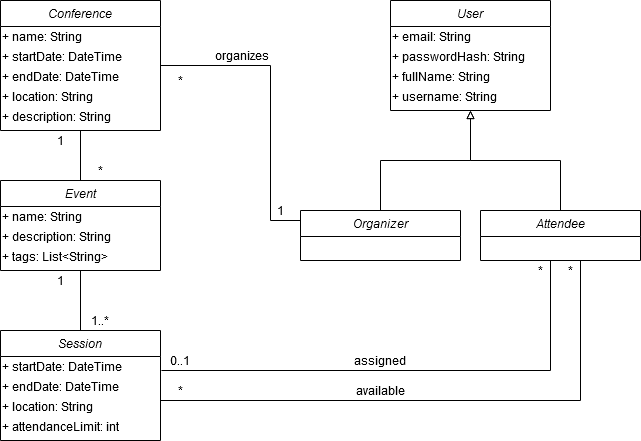
This is docs/img/eventee.png from FEUP-ESOF-2020-21/open-cx-t6g4-the-five-engineers, a draw.io export, as it was before one commit. Source tidied: cells renumbered, new cells last; positions are measured from the earlier drawing's top-left corner, leaving out a move shared by most shapes.
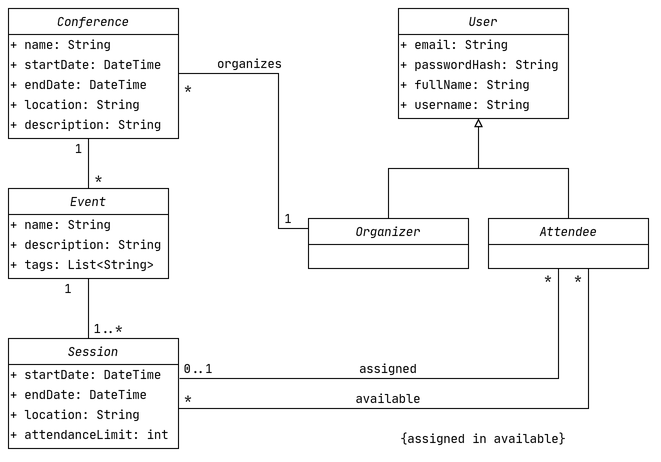
After the change.

Commit message:
Updated domain model

Diff of the diagram source:
```diff
@@ -2,25 +2,27 @@
   <root>
     <mxCell id="0" />
     <mxCell id="1" parent="0" />
-    <mxCell id="2" value="User" style="swimlane;fontStyle=2;align=center;verticalAlign=top;horizontal=1;startSize=26;rounded=0;shadow=0;strokeWidth=1;swimlaneLine=1;sketch=0;swimlaneFillColor=none;" parent="1" vertex="1">
-      <mxGeometry x="390" width="160" height="110" as="geometry" />
+    <mxCell id="2" value="User" style="swimlane;fontStyle=2;align=center;verticalAlign=top;horizontal=1;startSize=26;rounded=0;shadow=0;strokeWidth=1;swimlaneLine=1;sketch=0;swimlaneFillColor=none;fontFamily=JetBrains Mono;" parent="1" vertex="1">
+      <mxGeometry x="390" width="170" height="110" as="geometry" />
     </mxCell>
-    <mxCell id="3" value="+ email: String" style="text;html=1;align=left;verticalAlign=middle;" parent="2" vertex="1">
-      <mxGeometry y="26" width="160" height="20" as="geometry" />
+    <mxCell id="3" value="+ email: String" style="text;html=1;align=left;verticalAlign=middle;fontFamily=JetBrains Mono;" parent="2" vertex="1">
+      <mxGeometry y="26" width="170" height="20" as="geometry" />
     </mxCell>
-    <mxCell id="4" value="+ passwordHash: String" style="text;html=1;align=left;verticalAlign=middle;" parent="2" vertex="1">
-      <mxGeometry y="46" width="160" height="20" as="geometry" />
+    <mxCell id="4" value="+ passwordHash: String" style="text;html=1;align=left;verticalAlign=middle;fontFamily=JetBrains Mono;" parent="2" vertex="1">
+      <mxGeometry y="46" width="170" height="20" as="geometry" />
     </mxCell>
-    <mxCell id="5" value="+ fullName: String" style="text;html=1;align=left;verticalAlign=middle;" parent="2" vertex="1">
-      <mxGeometry y="66" width="160" height="20" as="geometry" />
+    <mxCell id="5" value="+ fullName: String" style="text;html=1;align=left;verticalAlign=middle;fontFamily=JetBrains Mono;" parent="2" vertex="1">
+      <mxGeometry y="66" width="170" height="20" as="geometry" />
     </mxCell>
-    <mxCell id="6" value="+ username: String" style="text;html=1;align=left;verticalAlign=middle;" parent="2" vertex="1">
-      <mxGeometry y="86" width="160" height="20" as="geometry" />
+    <mxCell id="6" value="+ username: String" style="text;html=1;align=left;verticalAlign=middle;fontFamily=JetBrains Mono;" parent="2" vertex="1">
+      <mxGeometry y="86" width="170" height="20" as="geometry" />
     </mxCell>
-    <mxCell id="7" style="edgeStyle=orthogonalEdgeStyle;rounded=0;jettySize=auto;html=1;exitX=0.5;exitY=0;exitDx=0;exitDy=0;entryX=0.5;entryY=1;entryDx=0;entryDy=0;endArrow=block;endFill=0;" parent="1" edge="1" source="10" target="2">
-      <mxGeometry relative="1" as="geometry" />
+    <mxCell id="7" style="edgeStyle=orthogonalEdgeStyle;rounded=0;jettySize=auto;html=1;exitX=0.5;exitY=0;exitDx=0;exitDy=0;endArrow=block;endFill=0;fontFamily=JetBrains Mono;" parent="1" edge="1" source="10">
+      <mxGeometry relative="1" as="geometry">
+        <mxPoint x="470" y="110" as="targetPoint" />
+      </mxGeometry>
     </mxCell>
-    <mxCell id="8" style="edgeStyle=orthogonalEdgeStyle;rounded=0;jettySize=auto;html=1;exitX=0.25;exitY=1;exitDx=0;exitDy=0;entryX=1.006;entryY=0.7;entryDx=0;entryDy=0;entryPerimeter=0;endArrow=none;endFill=0;" parent="1" edge="1" source="10" target="27">
+    <mxCell id="8" style="edgeStyle=orthogonalEdgeStyle;rounded=0;jettySize=auto;html=1;exitX=0.25;exitY=1;exitDx=0;exitDy=0;entryX=1.006;entryY=0.7;entryDx=0;entryDy=0;entryPerimeter=0;endArrow=none;endFill=0;fontFamily=JetBrains Mono;" parent="1" edge="1" source="10" target="27">
       <mxGeometry relative="1" as="geometry">
         <Array as="points">
           <mxPoint x="550" y="260" />
@@ -28,30 +30,32 @@
         </Array>
       </mxGeometry>
     </mxCell>
-    <mxCell id="9" style="edgeStyle=orthogonalEdgeStyle;rounded=0;jettySize=auto;html=1;exitX=0.75;exitY=1;exitDx=0;exitDy=0;entryX=1;entryY=0.75;entryDx=0;entryDy=0;endArrow=none;endFill=0;" parent="1" edge="1" source="10" target="26">
+    <mxCell id="9" style="edgeStyle=orthogonalEdgeStyle;rounded=0;jettySize=auto;html=1;exitX=0.75;exitY=1;exitDx=0;exitDy=0;entryX=1;entryY=0.75;entryDx=0;entryDy=0;endArrow=none;endFill=0;fontFamily=JetBrains Mono;" parent="1" edge="1" source="10" target="26">
       <mxGeometry relative="1" as="geometry">
         <Array as="points">
           <mxPoint x="580" y="260" />
           <mxPoint x="580" y="400" />
-          <mxPoint x="160" y="400" />
+          <mxPoint x="170" y="400" />
         </Array>
       </mxGeometry>
     </mxCell>
-    <mxCell id="10" value="Attendee" style="swimlane;fontStyle=2;align=center;verticalAlign=top;horizontal=1;startSize=26;rounded=0;shadow=0;strokeWidth=1;swimlaneLine=1;sketch=0;" parent="1" vertex="1">
+    <mxCell id="10" value="Attendee" style="swimlane;fontStyle=2;align=center;verticalAlign=top;horizontal=1;startSize=26;rounded=0;shadow=0;strokeWidth=1;swimlaneLine=1;sketch=0;fontFamily=JetBrains Mono;" parent="1" vertex="1">
       <mxGeometry x="480" y="210" width="160" height="50" as="geometry" />
     </mxCell>
-    <mxCell id="11" style="edgeStyle=orthogonalEdgeStyle;rounded=0;jettySize=auto;html=1;exitX=0.5;exitY=0;exitDx=0;exitDy=0;endArrow=block;endFill=0;" parent="1" edge="1" source="12">
+    <mxCell id="11" style="edgeStyle=orthogonalEdgeStyle;rounded=0;jettySize=auto;html=1;exitX=0.5;exitY=0;exitDx=0;exitDy=0;endArrow=block;endFill=0;fontFamily=JetBrains Mono;" parent="1" edge="1" source="12">
       <mxGeometry relative="1" as="geometry">
         <mxPoint x="470" y="110" as="targetPoint" />
       </mxGeometry>
     </mxCell>
-    <mxCell id="12" value="Organizer" style="swimlane;fontStyle=2;align=center;verticalAlign=top;horizontal=1;startSize=26;rounded=0;shadow=0;strokeWidth=1;swimlaneLine=1;sketch=0;" parent="1" vertex="1">
+    <mxCell id="12" value="Organizer" style="swimlane;fontStyle=2;align=center;verticalAlign=top;horizontal=1;startSize=26;rounded=0;shadow=0;strokeWidth=1;swimlaneLine=1;sketch=0;fontFamily=JetBrains Mono;" parent="1" vertex="1">
       <mxGeometry x="300" y="210" width="160" height="50" as="geometry" />
     </mxCell>
-    <mxCell id="13" style="edgeStyle=orthogonalEdgeStyle;rounded=0;jettySize=auto;html=1;exitX=0.5;exitY=1;exitDx=0;exitDy=0;entryX=0.5;entryY=0;entryDx=0;entryDy=0;startSize=26;endArrow=none;endFill=0;" parent="1" edge="1" source="15" target="22">
-      <mxGeometry relative="1" as="geometry" />
+    <mxCell id="13" style="edgeStyle=orthogonalEdgeStyle;rounded=0;jettySize=auto;html=1;entryX=0.5;entryY=0;entryDx=0;entryDy=0;startSize=26;endArrow=none;endFill=0;fontFamily=JetBrains Mono;" parent="1" edge="1" target="22">
+      <mxGeometry relative="1" as="geometry">
+        <mxPoint x="80" y="130" as="sourcePoint" />
+      </mxGeometry>
     </mxCell>
-    <mxCell id="14" style="edgeStyle=orthogonalEdgeStyle;rounded=0;jettySize=auto;html=1;exitX=1;exitY=0.5;exitDx=0;exitDy=0;entryX=0;entryY=0.5;entryDx=0;entryDy=0;startSize=26;endArrow=none;endFill=0;" parent="1" edge="1" source="15" target="12">
+    <mxCell id="14" style="edgeStyle=orthogonalEdgeStyle;rounded=0;jettySize=auto;html=1;exitX=1;exitY=0.5;exitDx=0;exitDy=0;entryX=0;entryY=0.5;entryDx=0;entryDy=0;startSize=26;endArrow=none;endFill=0;fontFamily=JetBrains Mono;" parent="1" edge="1" source="15" target="12">
       <mxGeometry relative="1" as="geometry">
         <Array as="points">
           <mxPoint x="270" y="65" />
@@ -60,92 +64,100 @@
         </Array>
       </mxGeometry>
     </mxCell>
-    <mxCell id="15" value="Conference" style="swimlane;fontStyle=2;align=center;verticalAlign=top;horizontal=1;startSize=26;rounded=0;shadow=0;strokeWidth=1;swimlaneLine=1;sketch=0;swimlaneFillColor=none;" parent="1" vertex="1">
-      <mxGeometry width="160" height="130" as="geometry" />
+    <mxCell id="15" value="Conference" style="swimlane;fontStyle=2;align=center;verticalAlign=top;horizontal=1;startSize=26;rounded=0;shadow=0;strokeWidth=1;swimlaneLine=1;sketch=0;swimlaneFillColor=none;fontFamily=JetBrains Mono;" parent="1" vertex="1">
+      <mxGeometry width="170" height="130" as="geometry" />
     </mxCell>
-    <mxCell id="16" value="&lt;div align=&quot;left&quot;&gt;+ name: String&lt;/div&gt;" style="text;html=1;align=left;verticalAlign=middle;" parent="15" vertex="1">
-      <mxGeometry y="26" width="160" height="20" as="geometry" />
+    <mxCell id="16" value="&lt;div align=&quot;left&quot;&gt;+ name: String&lt;/div&gt;" style="text;html=1;align=left;verticalAlign=middle;fontFamily=JetBrains Mono;" parent="15" vertex="1">
+      <mxGeometry y="26" width="170" height="20" as="geometry" />
     </mxCell>
-    <mxCell id="17" value="&lt;div align=&quot;left&quot;&gt;+ startDate: DateTime&lt;br&gt;&lt;/div&gt;" style="text;html=1;align=left;verticalAlign=middle;" parent="15" vertex="1">
-      <mxGeometry y="46" width="160" height="20" as="geometry" />
+    <mxCell id="17" value="&lt;div align=&quot;left&quot;&gt;+ startDate: DateTime&lt;br&gt;&lt;/div&gt;" style="text;html=1;align=left;verticalAlign=middle;fontFamily=JetBrains Mono;" parent="15" vertex="1">
+      <mxGeometry y="46" width="170" height="20" as="geometry" />
     </mxCell>
-    <mxCell id="18" value="&lt;div align=&quot;left&quot;&gt;+ endDate: DateTime&lt;/div&gt;" style="text;html=1;align=left;verticalAlign=middle;" parent="15" vertex="1">
-      <mxGeometry y="66" width="160" height="20" as="geometry" />
+    <mxCell id="18" value="&lt;div align=&quot;left&quot;&gt;+ endDate: DateTime&lt;/div&gt;" style="text;html=1;align=left;verticalAlign=middle;fontFamily=JetBrains Mono;" parent="15" vertex="1">
+      <mxGeometry y="66" width="170" height="20" as="geometry" />
     </mxCell>
-    <mxCell id="19" value="&lt;div&gt;+ location: String&lt;br&gt;&lt;/div&gt;" style="text;html=1;strokeColor=none;fillColor=none;align=left;verticalAlign=middle;whiteSpace=wrap;rounded=0;shadow=0;sketch=0;startSize=26;" parent="15" vertex="1">
-      <mxGeometry y="86" width="160" height="20" as="geometry" />
+    <mxCell id="19" value="&lt;div&gt;+ location: String&lt;br&gt;&lt;/div&gt;" style="text;html=1;strokeColor=none;fillColor=none;align=left;verticalAlign=middle;whiteSpace=wrap;rounded=0;shadow=0;sketch=0;startSize=26;fontFamily=JetBrains Mono;" parent="15" vertex="1">
+      <mxGeometry y="86" width="170" height="20" as="geometry" />
     </mxCell>
-    <mxCell id="20" value="&lt;div&gt;+ description: String&lt;br&gt;&lt;/div&gt;" style="text;html=1;strokeColor=none;fillColor=none;align=left;verticalAlign=middle;whiteSpace=wrap;rounded=0;shadow=0;sketch=0;startSize=26;" parent="15" vertex="1">
-      <mxGeometry y="106" width="160" height="20" as="geometry" />
+    <mxCell id="20" value="&lt;div&gt;+ description: String&lt;br&gt;&lt;/div&gt;" style="text;html=1;strokeColor=none;fillColor=none;align=left;verticalAlign=middle;whiteSpace=wrap;rounded=0;shadow=0;sketch=0;startSize=26;fontFamily=JetBrains Mono;" parent="15" vertex="1">
+      <mxGeometry y="106" width="170" height="20" as="geometry" />
     </mxCell>
-    <mxCell id="21" style="edgeStyle=orthogonalEdgeStyle;rounded=0;jettySize=auto;html=1;exitX=0.5;exitY=1;exitDx=0;exitDy=0;entryX=0.5;entryY=0;entryDx=0;entryDy=0;startSize=26;endArrow=none;endFill=0;" parent="1" edge="1" source="22" target="26">
-      <mxGeometry relative="1" as="geometry" />
+    <mxCell id="21" style="edgeStyle=orthogonalEdgeStyle;rounded=0;jettySize=auto;html=1;exitX=0.5;exitY=1;exitDx=0;exitDy=0;entryX=0;entryY=1;entryDx=0;entryDy=0;startSize=26;endArrow=none;endFill=0;fontFamily=JetBrains Mono;" parent="1" edge="1" source="22" target="34">
+      <mxGeometry relative="1" as="geometry">
+        <Array as="points">
+          <mxPoint x="80" y="320" />
+          <mxPoint x="80" y="320" />
+        </Array>
+      </mxGeometry>
     </mxCell>
-    <mxCell id="22" value="Event" style="swimlane;fontStyle=2;align=center;verticalAlign=top;horizontal=1;startSize=26;rounded=0;shadow=0;strokeWidth=1;swimlaneLine=1;sketch=0;" parent="1" vertex="1">
+    <mxCell id="22" value="Event" style="swimlane;fontStyle=2;align=center;verticalAlign=top;horizontal=1;startSize=26;rounded=0;shadow=0;strokeWidth=1;swimlaneLine=1;sketch=0;fontFamily=JetBrains Mono;" parent="1" vertex="1">
       <mxGeometry y="180" width="160" height="90" as="geometry" />
     </mxCell>
-    <mxCell id="23" value="&lt;div align=&quot;left&quot;&gt;+ name: String&lt;/div&gt;" style="text;html=1;align=left;verticalAlign=middle;" parent="22" vertex="1">
+    <mxCell id="23" value="&lt;div align=&quot;left&quot;&gt;+ name: String&lt;/div&gt;" style="text;html=1;align=left;verticalAlign=middle;fontFamily=JetBrains Mono;" parent="22" vertex="1">
       <mxGeometry y="26" width="160" height="20" as="geometry" />
     </mxCell>
-    <mxCell id="24" value="+ description: String" style="text;html=1;strokeColor=none;fillColor=none;align=left;verticalAlign=middle;whiteSpace=wrap;rounded=0;shadow=0;sketch=0;startSize=26;" parent="22" vertex="1">
+    <mxCell id="24" value="+ description: String" style="text;html=1;strokeColor=none;fillColor=none;align=left;verticalAlign=middle;whiteSpace=wrap;rounded=0;shadow=0;sketch=0;startSize=26;fontFamily=JetBrains Mono;" parent="22" vertex="1">
       <mxGeometry y="46" width="160" height="20" as="geometry" />
     </mxCell>
-    <mxCell id="25" value="+ tags: List&amp;lt;String&amp;gt;" style="text;html=1;strokeColor=none;fillColor=none;align=left;verticalAlign=middle;whiteSpace=wrap;rounded=0;shadow=0;sketch=0;startSize=26;" parent="22" vertex="1">
+    <mxCell id="25" value="+ tags: List&amp;lt;String&amp;gt;" style="text;html=1;strokeColor=none;fillColor=none;align=left;verticalAlign=middle;whiteSpace=wrap;rounded=0;shadow=0;sketch=0;startSize=26;fontFamily=JetBrains Mono;" parent="22" vertex="1">
       <mxGeometry y="66" width="160" height="20" as="geometry" />
     </mxCell>
-    <mxCell id="26" value="Session" style="swimlane;fontStyle=2;align=center;verticalAlign=top;horizontal=1;startSize=26;rounded=0;shadow=0;strokeWidth=1;swimlaneLine=1;sketch=0;" parent="1" vertex="1">
-      <mxGeometry y="330" width="160" height="110" as="geometry" />
+    <mxCell id="26" value="Session" style="swimlane;fontStyle=2;align=center;verticalAlign=top;horizontal=1;startSize=26;rounded=0;shadow=0;strokeWidth=1;swimlaneLine=1;sketch=0;fontFamily=JetBrains Mono;" parent="1" vertex="1">
+      <mxGeometry y="330" width="170" height="110" as="geometry" />
     </mxCell>
-    <mxCell id="27" value="+ startDate: DateTime" style="text;html=1;align=left;verticalAlign=middle;points=[];" parent="26" vertex="1">
-      <mxGeometry y="26" width="160" height="20" as="geometry" />
+    <mxCell id="27" value="+ startDate: DateTime" style="text;html=1;align=left;verticalAlign=middle;points=[];fontFamily=JetBrains Mono;" parent="26" vertex="1">
+      <mxGeometry y="26" width="170" height="20" as="geometry" />
     </mxCell>
-    <mxCell id="28" value="&lt;div align=&quot;left&quot;&gt;+ endDate: DateTime&lt;br&gt;&lt;/div&gt;" style="text;html=1;align=left;verticalAlign=middle;" parent="26" vertex="1">
-      <mxGeometry y="46" width="160" height="20" as="geometry" />
+    <mxCell id="28" value="&lt;div align=&quot;left&quot;&gt;+ endDate: DateTime&lt;br&gt;&lt;/div&gt;" style="text;html=1;align=left;verticalAlign=middle;fontFamily=JetBrains Mono;" parent="26" vertex="1">
+      <mxGeometry y="46" width="170" height="20" as="geometry" />
     </mxCell>
-    <mxCell id="29" value="+ location: String" style="text;html=1;align=left;verticalAlign=middle;" parent="26" vertex="1">
-      <mxGeometry y="66" width="160" height="20" as="geometry" />
+    <mxCell id="29" value="+ location: String" style="text;html=1;align=left;verticalAlign=middle;fontFamily=JetBrains Mono;" parent="26" vertex="1">
+      <mxGeometry y="66" width="170" height="20" as="geometry" />
     </mxCell>
-    <mxCell id="30" value="+ attendanceLimit: int" style="text;html=1;strokeColor=none;fillColor=none;align=left;verticalAlign=middle;whiteSpace=wrap;rounded=0;shadow=0;sketch=0;startSize=26;" parent="26" vertex="1">
-      <mxGeometry y="86" width="160" height="20" as="geometry" />
+    <mxCell id="30" value="+ attendanceLimit: int" style="text;html=1;strokeColor=none;fillColor=none;align=left;verticalAlign=middle;whiteSpace=wrap;rounded=0;shadow=0;sketch=0;startSize=26;fontFamily=JetBrains Mono;" parent="26" vertex="1">
+      <mxGeometry y="86" width="170" height="20" as="geometry" />
     </mxCell>
-    <mxCell id="31" value="1" style="text;html=1;align=center;verticalAlign=middle;" parent="1" vertex="1">
-      <mxGeometry x="50" y="130" width="20" height="20" as="geometry" />
+    <mxCell id="31" value="1" style="text;html=1;align=center;verticalAlign=middle;fontFamily=JetBrains Mono;" parent="1" vertex="1">
+      <mxGeometry x="60" y="130" width="20" height="20" as="geometry" />
     </mxCell>
-    <mxCell id="32" value="*" style="text;html=1;align=center;verticalAlign=middle;" parent="1" vertex="1">
-      <mxGeometry x="90" y="160" width="20" height="20" as="geometry" />
+    <mxCell id="32" value="*" style="text;html=1;align=center;verticalAlign=middle;fontFamily=JetBrains Mono;" parent="1" vertex="1">
+      <mxGeometry x="80" y="160" width="20" height="20" as="geometry" />
     </mxCell>
-    <mxCell id="33" value="1" style="text;html=1;strokeColor=none;fillColor=none;align=center;verticalAlign=middle;whiteSpace=wrap;rounded=0;shadow=0;sketch=0;startSize=26;" parent="1" vertex="1">
+    <mxCell id="33" value="1" style="text;html=1;strokeColor=none;fillColor=none;align=center;verticalAlign=middle;whiteSpace=wrap;rounded=0;shadow=0;sketch=0;startSize=26;fontFamily=JetBrains Mono;" parent="1" vertex="1">
       <mxGeometry x="40" y="270" width="40" height="20" as="geometry" />
     </mxCell>
-    <mxCell id="34" value="1..*" style="text;html=1;strokeColor=none;fillColor=none;align=center;verticalAlign=middle;whiteSpace=wrap;rounded=0;shadow=0;sketch=0;startSize=26;" parent="1" vertex="1">
+    <mxCell id="34" value="1..*" style="text;html=1;strokeColor=none;fillColor=none;align=center;verticalAlign=middle;whiteSpace=wrap;rounded=0;shadow=0;sketch=0;startSize=26;fontFamily=JetBrains Mono;" parent="1" vertex="1">
       <mxGeometry x="80" y="310" width="40" height="20" as="geometry" />
     </mxCell>
-    <mxCell id="35" value="1" style="text;html=1;strokeColor=none;fillColor=none;align=center;verticalAlign=middle;whiteSpace=wrap;rounded=0;shadow=0;sketch=0;startSize=26;" parent="1" vertex="1">
+    <mxCell id="35" value="1" style="text;html=1;strokeColor=none;fillColor=none;align=center;verticalAlign=middle;whiteSpace=wrap;rounded=0;shadow=0;sketch=0;startSize=26;fontFamily=JetBrains Mono;" parent="1" vertex="1">
       <mxGeometry x="260" y="200" width="40" height="20" as="geometry" />
     </mxCell>
-    <mxCell id="36" value="*" style="text;html=1;strokeColor=none;fillColor=none;align=center;verticalAlign=middle;whiteSpace=wrap;rounded=0;shadow=0;sketch=0;startSize=26;" parent="1" vertex="1">
+    <mxCell id="36" value="*" style="text;html=1;strokeColor=none;fillColor=none;align=center;verticalAlign=middle;whiteSpace=wrap;rounded=0;shadow=0;sketch=0;startSize=26;fontFamily=JetBrains Mono;" parent="1" vertex="1">
       <mxGeometry x="160" y="70" width="40" height="20" as="geometry" />
     </mxCell>
-    <mxCell id="37" value="organizes" style="text;html=1;strokeColor=none;fillColor=none;align=center;verticalAlign=middle;whiteSpace=wrap;rounded=0;shadow=0;sketch=0;startSize=26;rotation=0;" parent="1" vertex="1">
+    <mxCell id="37" value="organizes" style="text;html=1;strokeColor=none;fillColor=none;align=center;verticalAlign=middle;whiteSpace=wrap;rounded=0;shadow=0;sketch=0;startSize=26;rotation=0;fontFamily=JetBrains Mono;" parent="1" vertex="1">
       <mxGeometry x="210" y="40" width="63" height="30" as="geometry" />
     </mxCell>
-    <mxCell id="38" value="assigned" style="text;html=1;strokeColor=none;fillColor=none;align=center;verticalAlign=middle;whiteSpace=wrap;rounded=0;" parent="1" vertex="1">
+    <mxCell id="38" value="assigned" style="text;html=1;strokeColor=none;fillColor=none;align=center;verticalAlign=middle;whiteSpace=wrap;rounded=0;fontFamily=JetBrains Mono;" parent="1" vertex="1">
       <mxGeometry x="360" y="350" width="40" height="20" as="geometry" />
     </mxCell>
-    <mxCell id="39" value="0..1" style="text;html=1;strokeColor=none;fillColor=none;align=center;verticalAlign=middle;whiteSpace=wrap;rounded=0;" parent="1" vertex="1">
-      <mxGeometry x="160" y="350" width="40" height="20" as="geometry" />
+    <mxCell id="39" value="0..1" style="text;html=1;strokeColor=none;fillColor=none;align=center;verticalAlign=middle;whiteSpace=wrap;rounded=0;fontFamily=JetBrains Mono;" parent="1" vertex="1">
+      <mxGeometry x="170" y="350" width="40" height="20" as="geometry" />
     </mxCell>
-    <mxCell id="40" value="&lt;div&gt;available&lt;/div&gt;" style="text;html=1;strokeColor=none;fillColor=none;align=center;verticalAlign=middle;whiteSpace=wrap;rounded=0;" parent="1" vertex="1">
+    <mxCell id="40" value="&lt;div&gt;available&lt;/div&gt;" style="text;html=1;strokeColor=none;fillColor=none;align=center;verticalAlign=middle;whiteSpace=wrap;rounded=0;fontFamily=JetBrains Mono;" parent="1" vertex="1">
       <mxGeometry x="360" y="380" width="40" height="20" as="geometry" />
     </mxCell>
-    <mxCell id="41" value="*" style="text;html=1;strokeColor=none;fillColor=none;align=center;verticalAlign=middle;whiteSpace=wrap;rounded=0;" parent="1" vertex="1">
+    <mxCell id="41" value="*" style="text;html=1;strokeColor=none;fillColor=none;align=center;verticalAlign=middle;whiteSpace=wrap;rounded=0;fontFamily=JetBrains Mono;" parent="1" vertex="1">
       <mxGeometry x="160" y="380" width="40" height="20" as="geometry" />
     </mxCell>
-    <mxCell id="42" value="*" style="text;html=1;strokeColor=none;fillColor=none;align=center;verticalAlign=middle;whiteSpace=wrap;rounded=0;" parent="1" vertex="1">
+    <mxCell id="42" value="*" style="text;html=1;strokeColor=none;fillColor=none;align=center;verticalAlign=middle;whiteSpace=wrap;rounded=0;fontFamily=JetBrains Mono;" parent="1" vertex="1">
       <mxGeometry x="520" y="260" width="40" height="20" as="geometry" />
     </mxCell>
-    <mxCell id="43" value="*" style="text;html=1;strokeColor=none;fillColor=none;align=center;verticalAlign=middle;whiteSpace=wrap;rounded=0;" parent="1" vertex="1">
+    <mxCell id="43" value="*" style="text;html=1;strokeColor=none;fillColor=none;align=center;verticalAlign=middle;whiteSpace=wrap;rounded=0;fontFamily=JetBrains Mono;" parent="1" vertex="1">
       <mxGeometry x="550" y="260" width="40" height="20" as="geometry" />
     </mxCell>
+    <mxCell id="44" value="{assigned in available}" style="text;html=1;strokeColor=none;fillColor=none;align=center;verticalAlign=middle;whiteSpace=wrap;rounded=0;fontFamily=JetBrains Mono;" parent="1" vertex="1">
+      <mxGeometry x="375" y="420" width="200" height="20" as="geometry" />
+    </mxCell>
   </root>
 </mxGraphModel>
```
